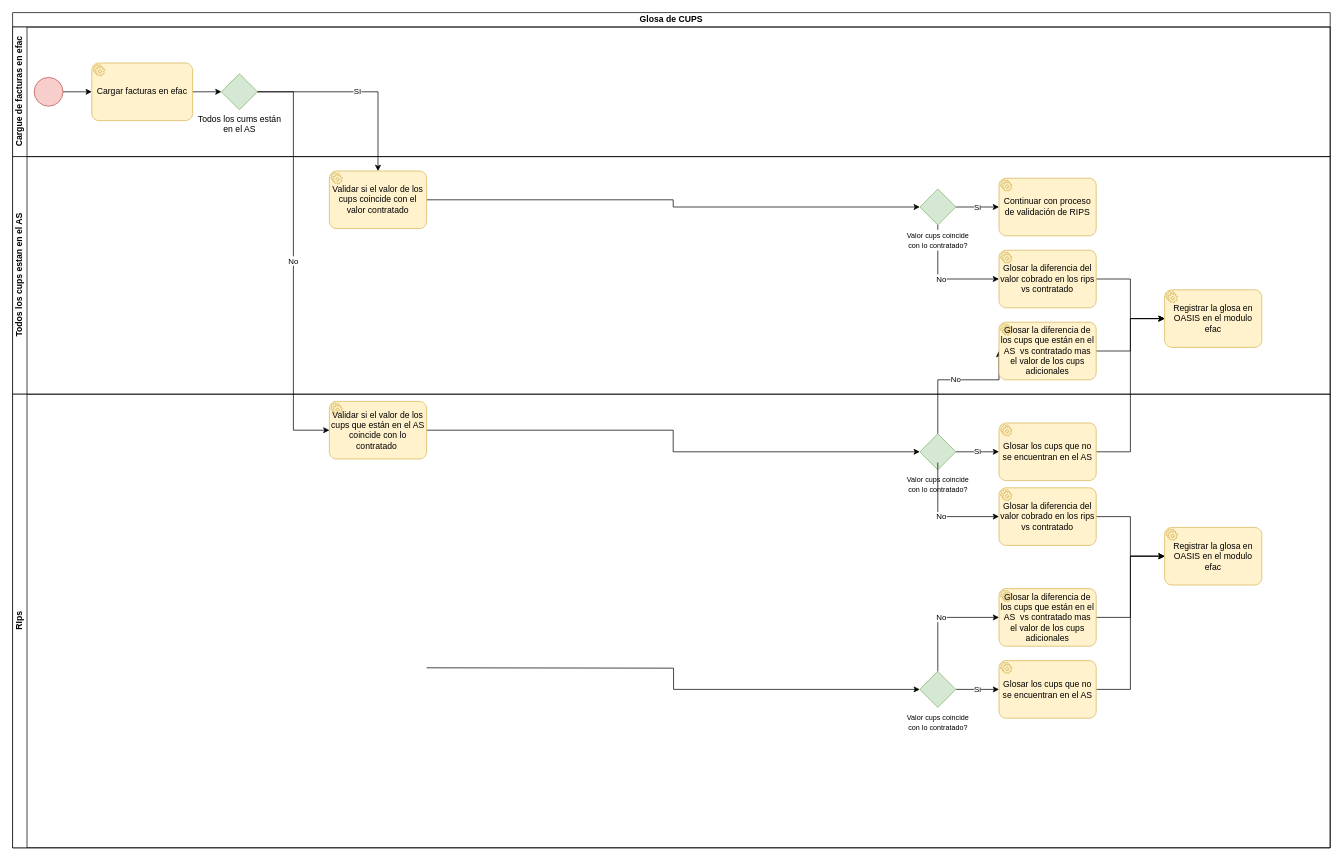
This is Glosar cups con factura diferente a la contratada.drawio from kevinjporto/Diagramas-de-procesos, a draw.io file, before an edit. Source tidied: cells renumbered, new cells numbered last; positions are measured from the earlier drawing's top-left corner, leaving out a move shared by most shapes. Both pictures are drawn from the tidied source at 72%, with x=0, y=0 at pixel (12, 12).
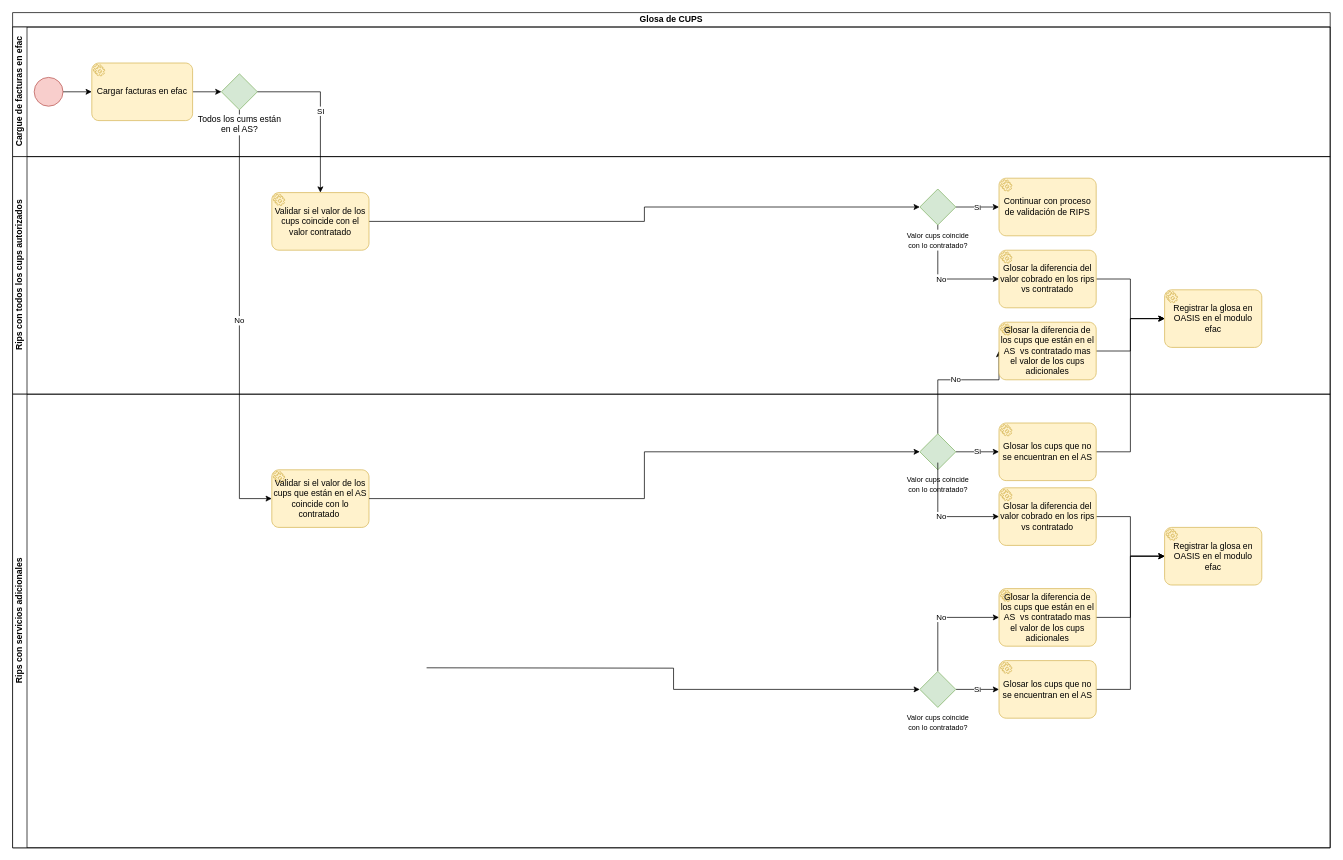
After the change.

Unchanged cells that the change refers to:
```xml
<mxCell id="2" value="Glosa de CUPS" style="swimlane;html=1;horizontal=1;startSize=20;whiteSpace=wrap;" parent="1" vertex="1">
  <mxGeometry width="1830" height="1160" as="geometry" />
</mxCell>
<mxCell id="3" value="Cargue de facturas en efac" style="swimlane;html=1;startSize=20;horizontal=0;" parent="2" vertex="1">
  <mxGeometry y="20" width="1830" height="180" as="geometry" />
</mxCell>
<mxCell id="16" value="&lt;font style=&quot;font-size: 10px;&quot;&gt;Valor cups coincide&lt;br&gt;con lo contratado?&lt;/font&gt;" style="points=[[0.25,0.25,0],[0.5,0,0],[0.75,0.25,0],[1,0.5,0],[0.75,0.75,0],[0.5,1,0],[0.25,0.75,0],[0,0.5,0]];shape=mxgraph.bpmn.gateway2;html=1;verticalLabelPosition=bottom;labelBackgroundColor=#ffffff;verticalAlign=top;align=center;perimeter=rhombusPerimeter;outlineConnect=0;outline=none;symbol=none;fillColor=#d5e8d4;strokeColor=#82b366;" parent="9" vertex="1">
  <mxGeometry x="1260" y="385" width="50" height="50" as="geometry" />
</mxCell>
```

The edit, as a diff of the source:
```diff
@@
+    <mxCell id="42" value="No" style="edgeStyle=orthogonalEdgeStyle;rounded=0;jettySize=auto;html=1;entryX=0;entryY=0.5;entryDx=0;entryDy=0;entryPerimeter=0;" parent="2" edge="1" source="8" target="13">
+      <mxGeometry relative="1" as="geometry">
+        <Array as="points">
+          <mxPoint x="315" y="675" />
+        </Array>
+      </mxGeometry>
+    </mxCell>
@@
-    <mxCell id="8" value="Todos los cums están&lt;br&gt;en el AS" style="points=[[0.25,0.25,0],[0.5,0,0],[0.75,0.25,0],[1,0.5,0],[0.75,0.75,0],[0.5,1,0],[0.25,0.75,0],[0,0.5,0]];shape=mxgraph.bpmn.gateway2;html=1;verticalLabelPosition=bottom;labelBackgroundColor=#ffffff;verticalAlign=top;align=center;perimeter=rhombusPerimeter;outlineConnect=0;outline=none;symbol=none;fillColor=#d5e8d4;strokeColor=#82b366;" parent="3" vertex="1">
+    <mxCell id="8" value="Todos los cums están&lt;br&gt;en el AS?" style="points=[[0.25,0.25,0],[0.5,0,0],[0.75,0.25,0],[1,0.5,0],[0.75,0.75,0],[0.5,1,0],[0.25,0.75,0],[0,0.5,0]];shape=mxgraph.bpmn.gateway2;html=1;verticalLabelPosition=bottom;labelBackgroundColor=#ffffff;verticalAlign=top;align=center;perimeter=rhombusPerimeter;outlineConnect=0;outline=none;symbol=none;fillColor=#d5e8d4;strokeColor=#82b366;" parent="3" vertex="1">
       <mxGeometry x="290" y="65" width="50" height="50" as="geometry" />
     </mxCell>
-    <mxCell id="9" value="Todos los cups estan en el AS" style="swimlane;html=1;startSize=20;horizontal=0;" parent="2" vertex="1">
+    <mxCell id="9" value="Rips con todos los cups autorizados" style="swimlane;html=1;startSize=20;horizontal=0;" parent="2" vertex="1">
       <mxGeometry y="200" width="1830" height="330" as="geometry" />
     </mxCell>
@@
     <mxCell id="11" value="Validar si el valor de los cups coincide con el valor contratado" style="points=[[0.25,0,0],[0.5,0,0],[0.75,0,0],[1,0.25,0],[1,0.5,0],[1,0.75,0],[0.75,1,0],[0.5,1,0],[0.25,1,0],[0,0.75,0],[0,0.5,0],[0,0.25,0]];shape=mxgraph.bpmn.task;whiteSpace=wrap;rectStyle=rounded;size=10;html=1;taskMarker=service;fillColor=#fff2cc;strokeColor=#d6b656;" parent="9" vertex="1">
-      <mxGeometry x="440" y="20" width="135" height="80" as="geometry" />
+      <mxGeometry x="360" y="50" width="135" height="80" as="geometry" />
     </mxCell>
-    <mxCell id="12" style="edgeStyle=orthogonalEdgeStyle;rounded=0;jettySize=auto;html=1;entryX=0;entryY=0.5;entryDx=0;entryDy=0;entryPerimeter=0;" parent="9" edge="1" source="13" target="16">
-      <mxGeometry relative="1" as="geometry" />
-    </mxCell>
-    <mxCell id="13" value="Validar si el valor de los cups que están en el AS coincide con lo contratado&amp;nbsp;" style="points=[[0.25,0,0],[0.5,0,0],[0.75,0,0],[1,0.25,0],[1,0.5,0],[1,0.75,0],[0.75,1,0],[0.5,1,0],[0.25,1,0],[0,0.75,0],[0,0.5,0],[0,0.25,0]];shape=mxgraph.bpmn.task;whiteSpace=wrap;rectStyle=rounded;size=10;html=1;taskMarker=service;fillColor=#fff2cc;strokeColor=#d6b656;" parent="9" vertex="1">
-      <mxGeometry x="440" y="340" width="135" height="80" as="geometry" />
-    </mxCell>
@@
-    <mxCell id="28" value="RIps" style="swimlane;html=1;startSize=20;horizontal=0;" parent="2" vertex="1">
+    <mxCell id="28" value="Rips con servicios adicionales" style="swimlane;html=1;startSize=20;horizontal=0;" parent="2" vertex="1">
       <mxGeometry y="530" width="1830" height="630" as="geometry" />
     </mxCell>
@@
+    <mxCell id="13" value="Validar si el valor de los cups que están en el AS coincide con lo contratado&amp;nbsp;" style="points=[[0.25,0,0],[0.5,0,0],[0.75,0,0],[1,0.25,0],[1,0.5,0],[1,0.75,0],[0.75,1,0],[0.5,1,0],[0.25,1,0],[0,0.75,0],[0,0.5,0],[0,0.25,0]];shape=mxgraph.bpmn.task;whiteSpace=wrap;rectStyle=rounded;size=10;html=1;taskMarker=service;fillColor=#fff2cc;strokeColor=#d6b656;" parent="28" vertex="1">
+      <mxGeometry x="360" y="105" width="135" height="80" as="geometry" />
+    </mxCell>
@@
-    <mxCell id="42" value="No" style="edgeStyle=orthogonalEdgeStyle;rounded=0;jettySize=auto;html=1;entryX=0;entryY=0.5;entryDx=0;entryDy=0;entryPerimeter=0;" parent="2" edge="1" source="8" target="13">
-      <mxGeometry relative="1" as="geometry" />
-    </mxCell>
+    <mxCell id="12" style="edgeStyle=orthogonalEdgeStyle;rounded=0;jettySize=auto;html=1;entryX=0;entryY=0.5;entryDx=0;entryDy=0;entryPerimeter=0;" parent="2" edge="1" source="13" target="16">
+      <mxGeometry relative="1" as="geometry" />
+    </mxCell>
```
